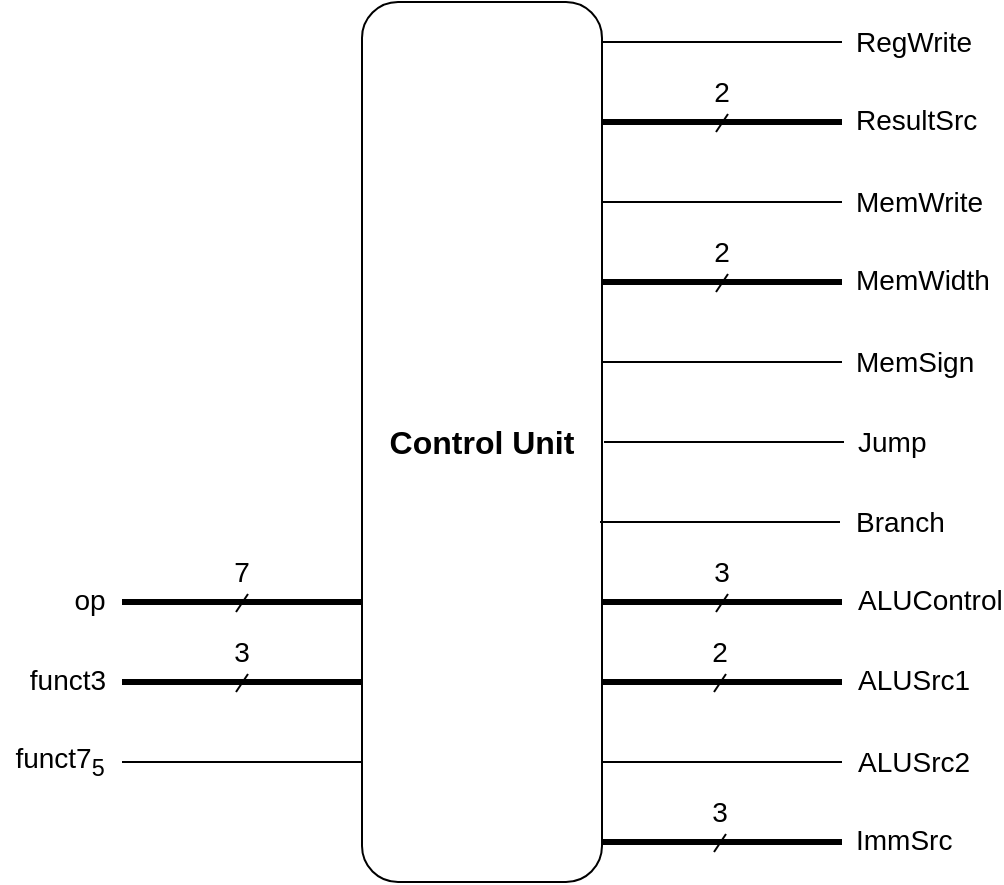
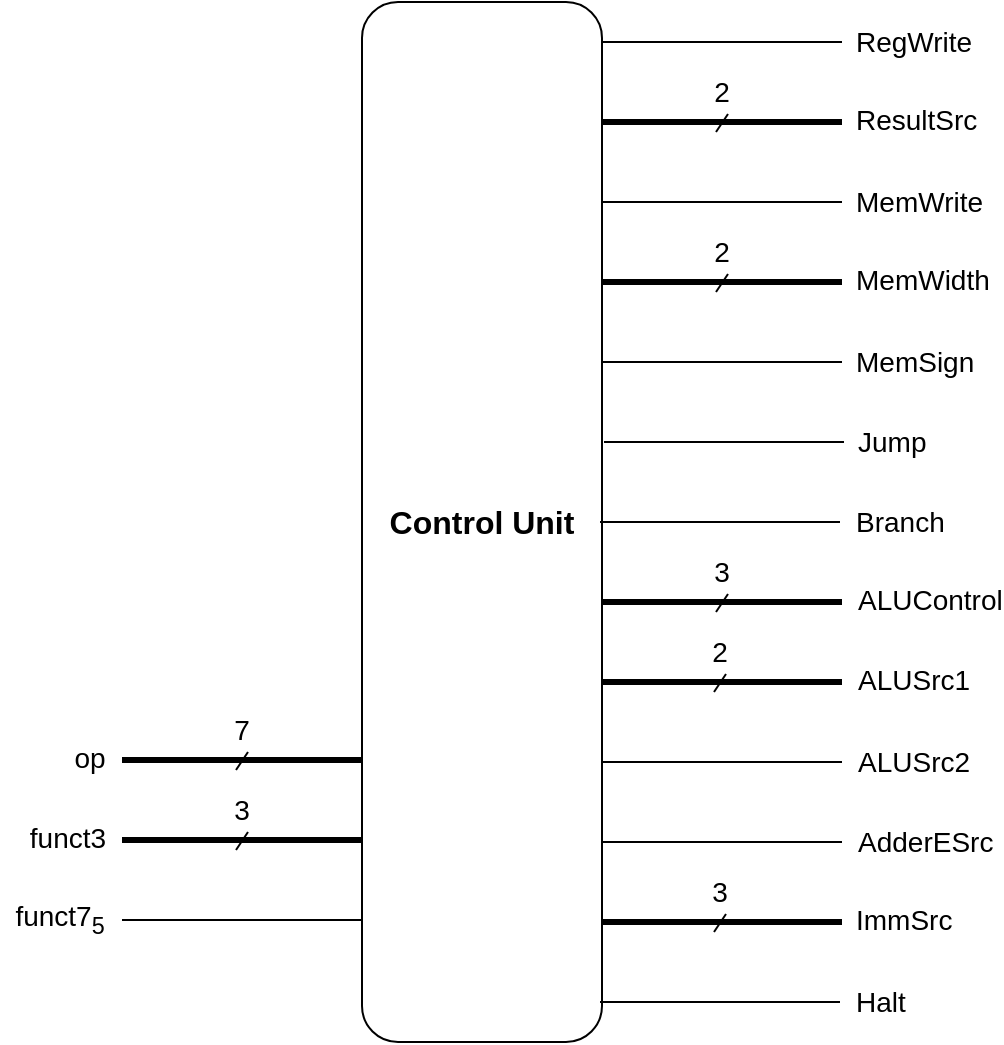
<mxfile host="app.diagrams.net">
  <diagram name="Page-1" id="-NnfKiJvbPKrT3zgwIyx">
-     <mxGraphModel dx="901" dy="551" grid="1" gridSize="10" guides="1" tooltips="1" connect="1" arrows="1" fold="1" page="1" pageScale="1" pageWidth="850" pageHeight="1100" math="0" shadow="0">
+     <mxGraphModel dx="1178" dy="720" grid="1" gridSize="10" guides="1" tooltips="1" connect="1" arrows="1" fold="1" page="1" pageScale="1" pageWidth="850" pageHeight="1100" math="0" shadow="0">
      <root>
        <mxCell id="0" />
        <mxCell id="1" parent="0" />
        <mxCell id="krjnHVCNeh8fbVdGnYjQ-1" parent="1" style="rounded=1;whiteSpace=wrap;html=1;" value="&lt;font style=&quot;font-size: 16px;&quot;&gt;&lt;b&gt;Control Unit&lt;/b&gt;&lt;/font&gt;" vertex="1">
-           <mxGeometry height="440" width="120" x="340" y="20" as="geometry" />
+           <mxGeometry height="520" width="120" x="340" y="20" as="geometry" />
        </mxCell>
        <mxCell id="krjnHVCNeh8fbVdGnYjQ-13" connectable="0" parent="1" style="group" value="" vertex="1">
-           <mxGeometry height="44" width="140" x="170" y="290" as="geometry" />
+           <mxGeometry height="44" width="140" x="170" y="369" as="geometry" />
        </mxCell>
        <mxCell id="krjnHVCNeh8fbVdGnYjQ-2" edge="1" parent="krjnHVCNeh8fbVdGnYjQ-13" style="endArrow=none;html=1;rounded=0;strokeWidth=3;" value="">
          <mxGeometry height="50" relative="1" width="50" as="geometry">
            <mxPoint x="50" y="30" as="sourcePoint" />
            <mxPoint x="170" y="30" as="targetPoint" />
          </mxGeometry>
        </mxCell>
        <mxCell id="krjnHVCNeh8fbVdGnYjQ-5" parent="krjnHVCNeh8fbVdGnYjQ-13" style="text;html=1;whiteSpace=wrap;strokeColor=none;fillColor=none;align=center;verticalAlign=middle;rounded=0;fontSize=14;" value="&lt;font&gt;op&lt;/font&gt;" vertex="1">
          <mxGeometry height="30" width="60" x="4" y="14" as="geometry" />
        </mxCell>
        <mxCell id="krjnHVCNeh8fbVdGnYjQ-7" parent="krjnHVCNeh8fbVdGnYjQ-13" style="text;html=1;whiteSpace=wrap;strokeColor=none;fillColor=none;align=center;verticalAlign=middle;rounded=0;" value="&lt;font style=&quot;font-size: 14px;&quot;&gt;7&lt;/font&gt;" vertex="1">
          <mxGeometry height="30" width="60" x="80" as="geometry" />
        </mxCell>
        <mxCell id="krjnHVCNeh8fbVdGnYjQ-10" edge="1" parent="krjnHVCNeh8fbVdGnYjQ-13" style="endArrow=none;html=1;rounded=0;strokeWidth=1;" value="">
          <mxGeometry height="50" relative="1" width="50" as="geometry">
            <mxPoint x="107" y="35" as="sourcePoint" />
            <mxPoint x="113" y="26" as="targetPoint" />
          </mxGeometry>
        </mxCell>
        <mxCell id="krjnHVCNeh8fbVdGnYjQ-14" connectable="0" parent="1" style="group" value="" vertex="1">
-           <mxGeometry height="44" width="140" x="170" y="330" as="geometry" />
+           <mxGeometry height="44" width="140" x="170" y="409" as="geometry" />
        </mxCell>
        <mxCell id="krjnHVCNeh8fbVdGnYjQ-15" edge="1" parent="krjnHVCNeh8fbVdGnYjQ-14" style="endArrow=none;html=1;rounded=0;strokeWidth=3;" value="">
          <mxGeometry height="50" relative="1" width="50" as="geometry">
            <mxPoint x="50" y="30" as="sourcePoint" />
            <mxPoint x="170" y="30" as="targetPoint" />
          </mxGeometry>
        </mxCell>
        <mxCell id="krjnHVCNeh8fbVdGnYjQ-16" parent="krjnHVCNeh8fbVdGnYjQ-14" style="text;html=1;whiteSpace=wrap;strokeColor=none;fillColor=none;align=center;verticalAlign=middle;rounded=0;fontSize=14;" value="&lt;font&gt;funct3&lt;/font&gt;" vertex="1">
          <mxGeometry height="30" width="60" x="-7" y="14" as="geometry" />
        </mxCell>
        <mxCell id="krjnHVCNeh8fbVdGnYjQ-17" parent="krjnHVCNeh8fbVdGnYjQ-14" style="text;html=1;whiteSpace=wrap;strokeColor=none;fillColor=none;align=center;verticalAlign=middle;rounded=0;" value="&lt;font style=&quot;font-size: 14px;&quot;&gt;3&lt;/font&gt;" vertex="1">
          <mxGeometry height="30" width="60" x="80" as="geometry" />
        </mxCell>
        <mxCell id="krjnHVCNeh8fbVdGnYjQ-18" edge="1" parent="krjnHVCNeh8fbVdGnYjQ-14" style="endArrow=none;html=1;rounded=0;strokeWidth=1;" value="">
          <mxGeometry height="50" relative="1" width="50" as="geometry">
            <mxPoint x="107" y="35" as="sourcePoint" />
            <mxPoint x="113" y="26" as="targetPoint" />
          </mxGeometry>
        </mxCell>
        <mxCell id="krjnHVCNeh8fbVdGnYjQ-19" connectable="0" parent="1" style="group" value="" vertex="1">
-           <mxGeometry height="44" width="140" x="170" y="370" as="geometry" />
+           <mxGeometry height="44" width="140" x="170" y="449" as="geometry" />
        </mxCell>
        <mxCell id="krjnHVCNeh8fbVdGnYjQ-20" edge="1" parent="krjnHVCNeh8fbVdGnYjQ-19" style="endArrow=none;html=1;rounded=0;strokeWidth=1;" value="">
          <mxGeometry height="50" relative="1" width="50" as="geometry">
            <mxPoint x="50" y="30" as="sourcePoint" />
            <mxPoint x="170" y="30" as="targetPoint" />
          </mxGeometry>
        </mxCell>
        <mxCell id="krjnHVCNeh8fbVdGnYjQ-21" parent="krjnHVCNeh8fbVdGnYjQ-19" style="text;html=1;whiteSpace=wrap;strokeColor=none;fillColor=none;align=center;verticalAlign=middle;rounded=0;fontSize=14;" value="&lt;font&gt;funct7&lt;sub&gt;5&lt;/sub&gt;&lt;/font&gt;" vertex="1">
          <mxGeometry height="30" width="60" x="-11" y="14" as="geometry" />
        </mxCell>
        <mxCell id="krjnHVCNeh8fbVdGnYjQ-29" parent="1" style="text;html=1;whiteSpace=wrap;strokeColor=none;fillColor=none;align=left;verticalAlign=middle;rounded=0;fontSize=14;" value="&lt;font&gt;ResultSrc&lt;/font&gt;" vertex="1">
          <mxGeometry height="30" width="60" x="585" y="64" as="geometry" />
        </mxCell>
        <mxCell id="krjnHVCNeh8fbVdGnYjQ-32" connectable="0" parent="1" style="group" value="" vertex="1">
          <mxGeometry height="30" width="60" x="490" y="50" as="geometry" />
        </mxCell>
        <mxCell id="krjnHVCNeh8fbVdGnYjQ-28" edge="1" parent="krjnHVCNeh8fbVdGnYjQ-32" style="endArrow=none;html=1;rounded=0;strokeWidth=3;" value="">
          <mxGeometry height="50" relative="1" width="50" as="geometry">
            <mxPoint x="-30" y="30" as="sourcePoint" />
            <mxPoint x="90" y="30" as="targetPoint" />
          </mxGeometry>
        </mxCell>
        <mxCell id="krjnHVCNeh8fbVdGnYjQ-30" parent="krjnHVCNeh8fbVdGnYjQ-32" style="text;html=1;whiteSpace=wrap;strokeColor=none;fillColor=none;align=center;verticalAlign=middle;rounded=0;" value="&lt;font style=&quot;font-size: 14px;&quot;&gt;2&lt;/font&gt;" vertex="1">
          <mxGeometry height="30" width="60" as="geometry" />
        </mxCell>
        <mxCell id="krjnHVCNeh8fbVdGnYjQ-31" edge="1" parent="krjnHVCNeh8fbVdGnYjQ-32" style="endArrow=none;html=1;rounded=0;strokeWidth=1;" value="">
          <mxGeometry height="50" relative="1" width="50" as="geometry">
            <mxPoint x="27" y="35" as="sourcePoint" />
            <mxPoint x="33" y="26" as="targetPoint" />
          </mxGeometry>
        </mxCell>
        <mxCell id="krjnHVCNeh8fbVdGnYjQ-34" connectable="0" parent="1" style="group" value="" vertex="1">
          <mxGeometry height="30" width="60" x="586" y="25" as="geometry" />
        </mxCell>
        <mxCell id="krjnHVCNeh8fbVdGnYjQ-25" edge="1" parent="krjnHVCNeh8fbVdGnYjQ-34" style="endArrow=none;html=1;rounded=0;strokeWidth=1;" value="">
          <mxGeometry height="50" relative="1" width="50" as="geometry">
            <mxPoint x="-126" y="15" as="sourcePoint" />
            <mxPoint x="-6" y="15" as="targetPoint" />
          </mxGeometry>
        </mxCell>
        <mxCell id="krjnHVCNeh8fbVdGnYjQ-26" parent="krjnHVCNeh8fbVdGnYjQ-34" style="text;html=1;whiteSpace=wrap;strokeColor=none;fillColor=none;align=center;verticalAlign=middle;rounded=0;fontSize=14;" value="RegWrite" vertex="1">
          <mxGeometry height="30" width="60" as="geometry" />
        </mxCell>
        <mxCell id="krjnHVCNeh8fbVdGnYjQ-35" connectable="0" parent="1" style="group;align=left;" value="" vertex="1">
          <mxGeometry height="30" width="60" x="585" y="105" as="geometry" />
        </mxCell>
        <mxCell id="krjnHVCNeh8fbVdGnYjQ-36" edge="1" parent="krjnHVCNeh8fbVdGnYjQ-35" style="endArrow=none;html=1;rounded=0;strokeWidth=1;" value="">
          <mxGeometry height="50" relative="1" width="50" as="geometry">
            <mxPoint x="-125" y="15" as="sourcePoint" />
            <mxPoint x="-5" y="15" as="targetPoint" />
          </mxGeometry>
        </mxCell>
        <mxCell id="krjnHVCNeh8fbVdGnYjQ-37" parent="krjnHVCNeh8fbVdGnYjQ-35" style="text;html=1;whiteSpace=wrap;strokeColor=none;fillColor=none;align=left;verticalAlign=middle;rounded=0;fontSize=14;" value="MemWrite" vertex="1">
          <mxGeometry height="30" width="60" as="geometry" />
        </mxCell>
        <mxCell id="krjnHVCNeh8fbVdGnYjQ-38" connectable="0" parent="1" style="group;align=left;" value="" vertex="1">
          <mxGeometry height="30" width="60" x="587" y="225" as="geometry" />
        </mxCell>
        <mxCell id="krjnHVCNeh8fbVdGnYjQ-39" edge="1" parent="krjnHVCNeh8fbVdGnYjQ-38" style="endArrow=none;html=1;rounded=0;strokeWidth=1;" value="">
          <mxGeometry height="50" relative="1" width="50" as="geometry">
            <mxPoint x="-126" y="15" as="sourcePoint" />
            <mxPoint x="-6" y="15" as="targetPoint" />
          </mxGeometry>
        </mxCell>
        <mxCell id="krjnHVCNeh8fbVdGnYjQ-40" parent="krjnHVCNeh8fbVdGnYjQ-38" style="text;html=1;whiteSpace=wrap;strokeColor=none;fillColor=none;align=left;verticalAlign=middle;rounded=0;fontSize=14;" value="Jump" vertex="1">
          <mxGeometry height="30" width="60" x="-1" as="geometry" />
        </mxCell>
        <mxCell id="krjnHVCNeh8fbVdGnYjQ-41" connectable="0" parent="1" style="group;align=left;" value="" vertex="1">
          <mxGeometry height="30" width="60" x="585" y="265" as="geometry" />
        </mxCell>
        <mxCell id="krjnHVCNeh8fbVdGnYjQ-42" edge="1" parent="krjnHVCNeh8fbVdGnYjQ-41" style="endArrow=none;html=1;rounded=0;strokeWidth=1;" value="">
          <mxGeometry height="50" relative="1" width="50" as="geometry">
            <mxPoint x="-126" y="15" as="sourcePoint" />
            <mxPoint x="-6" y="15" as="targetPoint" />
          </mxGeometry>
        </mxCell>
        <mxCell id="krjnHVCNeh8fbVdGnYjQ-43" parent="krjnHVCNeh8fbVdGnYjQ-41" style="text;html=1;whiteSpace=wrap;strokeColor=none;fillColor=none;align=left;verticalAlign=middle;rounded=0;fontSize=14;" value="Branch" vertex="1">
          <mxGeometry height="30" width="60" as="geometry" />
        </mxCell>
        <mxCell id="krjnHVCNeh8fbVdGnYjQ-47" parent="1" style="text;html=1;whiteSpace=wrap;strokeColor=none;fillColor=none;align=left;verticalAlign=middle;rounded=0;fontSize=14;" value="&lt;font&gt;ALUControl&lt;/font&gt;" vertex="1">
          <mxGeometry height="30" width="60" x="586" y="304" as="geometry" />
        </mxCell>
        <mxCell id="krjnHVCNeh8fbVdGnYjQ-48" connectable="0" parent="1" style="group" value="" vertex="1">
          <mxGeometry height="30" width="60" x="490" y="290" as="geometry" />
        </mxCell>
        <mxCell id="krjnHVCNeh8fbVdGnYjQ-49" edge="1" parent="krjnHVCNeh8fbVdGnYjQ-48" style="endArrow=none;html=1;rounded=0;strokeWidth=3;" value="">
          <mxGeometry height="50" relative="1" width="50" as="geometry">
            <mxPoint x="-30" y="30" as="sourcePoint" />
            <mxPoint x="90" y="30" as="targetPoint" />
          </mxGeometry>
        </mxCell>
        <mxCell id="krjnHVCNeh8fbVdGnYjQ-50" parent="krjnHVCNeh8fbVdGnYjQ-48" style="text;html=1;whiteSpace=wrap;strokeColor=none;fillColor=none;align=center;verticalAlign=middle;rounded=0;" value="&lt;font style=&quot;font-size: 14px;&quot;&gt;3&lt;/font&gt;" vertex="1">
          <mxGeometry height="30" width="60" as="geometry" />
        </mxCell>
        <mxCell id="krjnHVCNeh8fbVdGnYjQ-51" edge="1" parent="krjnHVCNeh8fbVdGnYjQ-48" style="endArrow=none;html=1;rounded=0;strokeWidth=1;" value="">
          <mxGeometry height="50" relative="1" width="50" as="geometry">
            <mxPoint x="27" y="35" as="sourcePoint" />
            <mxPoint x="33" y="26" as="targetPoint" />
          </mxGeometry>
        </mxCell>
        <mxCell id="krjnHVCNeh8fbVdGnYjQ-55" connectable="0" parent="1" style="group;align=left;" value="" vertex="1">
          <mxGeometry height="30" width="60" x="586" y="385" as="geometry" />
        </mxCell>
        <mxCell id="krjnHVCNeh8fbVdGnYjQ-56" edge="1" parent="krjnHVCNeh8fbVdGnYjQ-55" style="endArrow=none;html=1;rounded=0;strokeWidth=1;" value="">
          <mxGeometry height="50" relative="1" width="50" as="geometry">
            <mxPoint x="-126" y="15" as="sourcePoint" />
            <mxPoint x="-6" y="15" as="targetPoint" />
          </mxGeometry>
        </mxCell>
        <mxCell id="krjnHVCNeh8fbVdGnYjQ-57" parent="krjnHVCNeh8fbVdGnYjQ-55" style="text;html=1;whiteSpace=wrap;strokeColor=none;fillColor=none;align=left;verticalAlign=middle;rounded=0;fontSize=14;" value="ALUSrc2" vertex="1">
          <mxGeometry height="30" width="60" as="geometry" />
        </mxCell>
        <mxCell id="krjnHVCNeh8fbVdGnYjQ-61" parent="1" style="text;html=1;whiteSpace=wrap;strokeColor=none;fillColor=none;align=left;verticalAlign=middle;rounded=0;fontSize=14;" value="&lt;font&gt;ImmSrc&lt;/font&gt;" vertex="1">
-           <mxGeometry height="30" width="60" x="585" y="424" as="geometry" />
+           <mxGeometry height="30" width="60" x="585" y="464" as="geometry" />
        </mxCell>
        <mxCell id="krjnHVCNeh8fbVdGnYjQ-62" connectable="0" parent="1" style="group" value="" vertex="1">
-           <mxGeometry height="30" width="60" x="489" y="410" as="geometry" />
+           <mxGeometry height="30" width="60" x="489" y="450" as="geometry" />
        </mxCell>
        <mxCell id="krjnHVCNeh8fbVdGnYjQ-63" edge="1" parent="krjnHVCNeh8fbVdGnYjQ-62" style="endArrow=none;html=1;rounded=0;strokeWidth=3;" value="">
          <mxGeometry height="50" relative="1" width="50" as="geometry">
            <mxPoint x="-29" y="30" as="sourcePoint" />
            <mxPoint x="91" y="30" as="targetPoint" />
          </mxGeometry>
        </mxCell>
        <mxCell id="krjnHVCNeh8fbVdGnYjQ-64" parent="krjnHVCNeh8fbVdGnYjQ-62" style="text;html=1;whiteSpace=wrap;strokeColor=none;fillColor=none;align=center;verticalAlign=middle;rounded=0;" value="&lt;font style=&quot;font-size: 14px;&quot;&gt;3&lt;/font&gt;" vertex="1">
          <mxGeometry height="30" width="60" as="geometry" />
        </mxCell>
        <mxCell id="krjnHVCNeh8fbVdGnYjQ-65" edge="1" parent="krjnHVCNeh8fbVdGnYjQ-62" style="endArrow=none;html=1;rounded=0;strokeWidth=1;" value="">
          <mxGeometry height="50" relative="1" width="50" as="geometry">
            <mxPoint x="27" y="35" as="sourcePoint" />
            <mxPoint x="33" y="26" as="targetPoint" />
          </mxGeometry>
        </mxCell>
        <mxCell id="krjnHVCNeh8fbVdGnYjQ-70" parent="1" style="text;html=1;whiteSpace=wrap;strokeColor=none;fillColor=none;align=left;verticalAlign=middle;rounded=0;fontSize=14;" value="&lt;font&gt;ALUSrc1&lt;/font&gt;" vertex="1">
          <mxGeometry height="30" width="60" x="586" y="344" as="geometry" />
        </mxCell>
        <mxCell id="krjnHVCNeh8fbVdGnYjQ-71" edge="1" parent="1" style="endArrow=none;html=1;rounded=0;strokeWidth=3;" value="">
          <mxGeometry height="50" relative="1" width="50" as="geometry">
            <mxPoint x="460" y="360" as="sourcePoint" />
            <mxPoint x="580" y="360" as="targetPoint" />
          </mxGeometry>
        </mxCell>
        <mxCell id="krjnHVCNeh8fbVdGnYjQ-72" parent="1" style="text;html=1;whiteSpace=wrap;strokeColor=none;fillColor=none;align=center;verticalAlign=middle;rounded=0;" value="&lt;font style=&quot;font-size: 14px;&quot;&gt;2&lt;/font&gt;" vertex="1">
          <mxGeometry height="30" width="60" x="489" y="330" as="geometry" />
        </mxCell>
        <mxCell id="krjnHVCNeh8fbVdGnYjQ-73" edge="1" parent="1" style="endArrow=none;html=1;rounded=0;strokeWidth=1;" value="">
          <mxGeometry height="50" relative="1" width="50" as="geometry">
            <mxPoint x="516" y="365" as="sourcePoint" />
            <mxPoint x="522" y="356" as="targetPoint" />
          </mxGeometry>
        </mxCell>
        <mxCell id="krjnHVCNeh8fbVdGnYjQ-74" parent="1" style="text;html=1;whiteSpace=wrap;strokeColor=none;fillColor=none;align=left;verticalAlign=middle;rounded=0;fontSize=14;" value="&lt;font&gt;MemWidth&lt;/font&gt;" vertex="1">
          <mxGeometry height="30" width="60" x="585" y="144" as="geometry" />
        </mxCell>
        <mxCell id="krjnHVCNeh8fbVdGnYjQ-75" edge="1" parent="1" style="endArrow=none;html=1;rounded=0;strokeWidth=3;" value="">
          <mxGeometry height="50" relative="1" width="50" as="geometry">
            <mxPoint x="460" y="160" as="sourcePoint" />
            <mxPoint x="580" y="160" as="targetPoint" />
          </mxGeometry>
        </mxCell>
        <mxCell id="krjnHVCNeh8fbVdGnYjQ-76" parent="1" style="text;html=1;whiteSpace=wrap;strokeColor=none;fillColor=none;align=center;verticalAlign=middle;rounded=0;" value="&lt;font style=&quot;font-size: 14px;&quot;&gt;2&lt;/font&gt;" vertex="1">
          <mxGeometry height="30" width="60" x="490" y="130" as="geometry" />
        </mxCell>
        <mxCell id="krjnHVCNeh8fbVdGnYjQ-77" edge="1" parent="1" style="endArrow=none;html=1;rounded=0;strokeWidth=1;" value="">
          <mxGeometry height="50" relative="1" width="50" as="geometry">
            <mxPoint x="517" y="165" as="sourcePoint" />
            <mxPoint x="523" y="156" as="targetPoint" />
          </mxGeometry>
        </mxCell>
        <mxCell id="krjnHVCNeh8fbVdGnYjQ-78" edge="1" parent="1" style="endArrow=none;html=1;rounded=0;strokeWidth=1;" value="">
          <mxGeometry height="50" relative="1" width="50" as="geometry">
            <mxPoint x="460" y="200" as="sourcePoint" />
            <mxPoint x="580" y="200" as="targetPoint" />
          </mxGeometry>
        </mxCell>
        <mxCell id="krjnHVCNeh8fbVdGnYjQ-79" parent="1" style="text;html=1;whiteSpace=wrap;strokeColor=none;fillColor=none;align=left;verticalAlign=middle;rounded=0;fontSize=14;" value="MemSign" vertex="1">
          <mxGeometry height="30" width="60" x="585" y="185" as="geometry" />
+         </mxCell>
+         <mxCell id="fiZJFAmGPDKiaymbVv1n-1" connectable="0" parent="1" style="group;align=left;" value="" vertex="1">
+           <mxGeometry height="30" width="60" x="586" y="425" as="geometry" />
+         </mxCell>
+         <mxCell id="fiZJFAmGPDKiaymbVv1n-2" edge="1" parent="fiZJFAmGPDKiaymbVv1n-1" style="endArrow=none;html=1;rounded=0;strokeWidth=1;" value="">
+           <mxGeometry height="50" relative="1" width="50" as="geometry">
+             <mxPoint x="-126" y="15" as="sourcePoint" />
+             <mxPoint x="-6" y="15" as="targetPoint" />
+           </mxGeometry>
+         </mxCell>
+         <mxCell id="fiZJFAmGPDKiaymbVv1n-3" parent="fiZJFAmGPDKiaymbVv1n-1" style="text;html=1;whiteSpace=wrap;strokeColor=none;fillColor=none;align=left;verticalAlign=middle;rounded=0;fontSize=14;" value="AdderESrc" vertex="1">
+           <mxGeometry height="30" width="60" as="geometry" />
+         </mxCell>
+         <mxCell id="vTUdIyTPz3g3sQlm9xod-1" connectable="0" parent="1" style="group;align=left;" value="" vertex="1">
+           <mxGeometry height="30" width="60" x="585" y="505" as="geometry" />
+         </mxCell>
+         <mxCell id="vTUdIyTPz3g3sQlm9xod-2" edge="1" parent="vTUdIyTPz3g3sQlm9xod-1" style="endArrow=none;html=1;rounded=0;strokeWidth=1;" value="">
+           <mxGeometry height="50" relative="1" width="50" as="geometry">
+             <mxPoint x="-126" y="15" as="sourcePoint" />
+             <mxPoint x="-6" y="15" as="targetPoint" />
+           </mxGeometry>
+         </mxCell>
+         <mxCell id="vTUdIyTPz3g3sQlm9xod-3" parent="vTUdIyTPz3g3sQlm9xod-1" style="text;html=1;whiteSpace=wrap;strokeColor=none;fillColor=none;align=left;verticalAlign=middle;rounded=0;fontSize=14;" value="Halt" vertex="1">
+           <mxGeometry height="30" width="60" as="geometry" />
        </mxCell>
      </root>
    </mxGraphModel>
  </diagram>
</mxfile>
